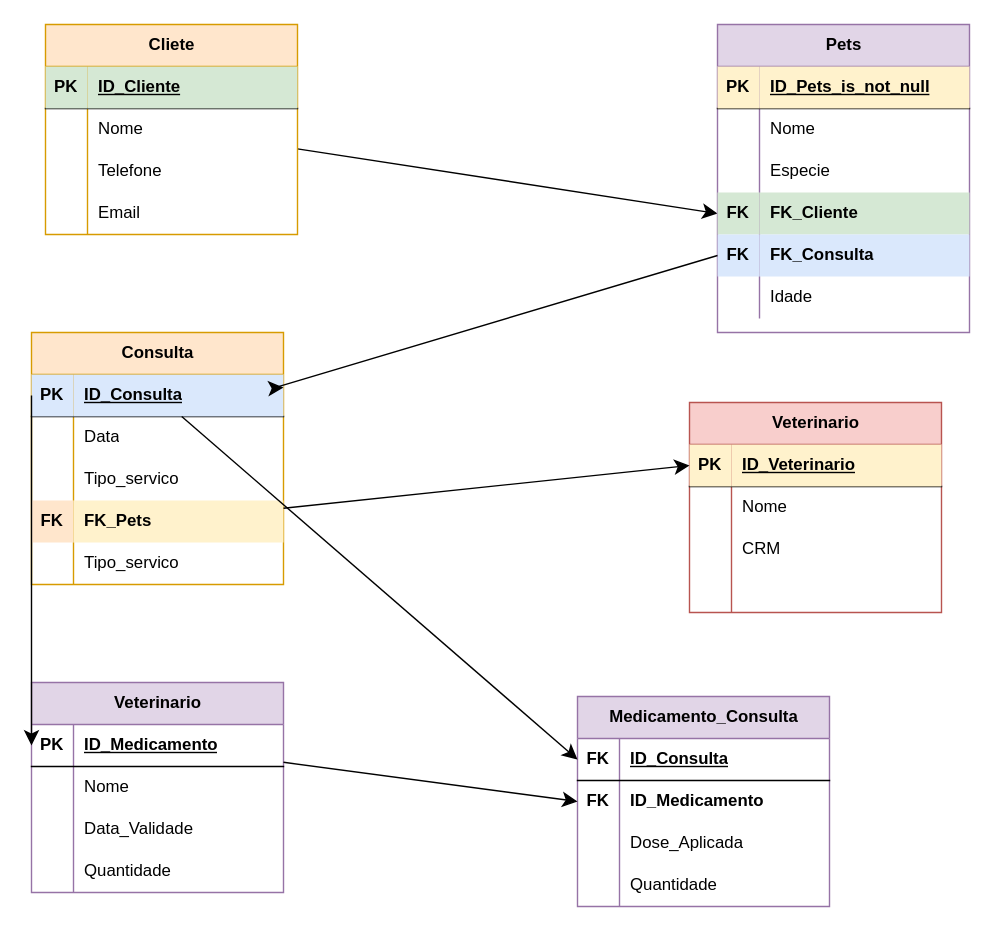
wpriska/Modelagem-de-Dados keeps this draw.io diagram as AULA01-EX04.drawio. Above is the earlier version. Source tidied: cells renumbered, new cells numbered last; positions are measured from the earlier drawing's top-left corner, leaving out a move shared by most shapes. Both pictures are drawn from the tidied source at 140%, with x=0, y=0 at pixel (31, 24).
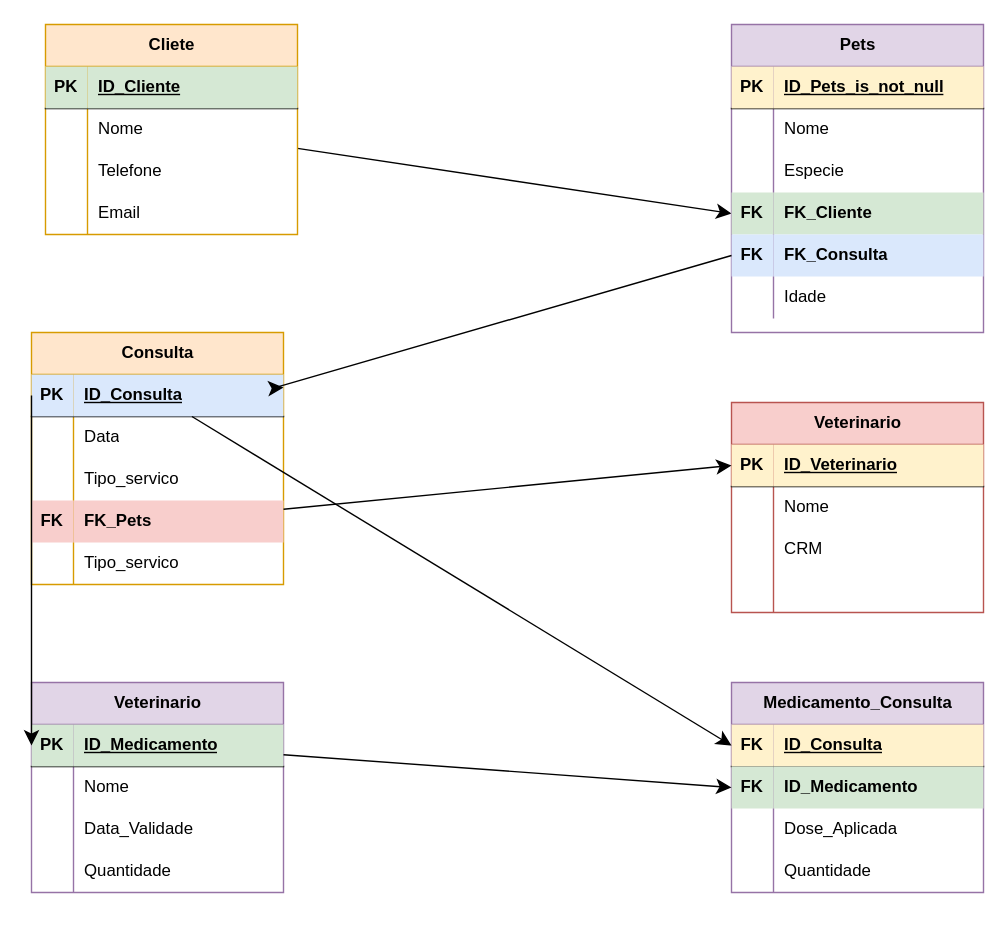
After the change.

Unchanged cells that the change refers to:
```xml
<mxCell id="45" style="shape=tableRow;horizontal=0;startSize=0;swimlaneHead=0;swimlaneBody=0;fillColor=none;points=[[0,0.5],[1,0.5]];portConstraint=eastwest;top=0;left=0;right=0;bottom=0;" parent="35" vertex="1">
  <mxGeometry y="120" width="180" height="30" as="geometry" />
</mxCell>
<mxCell id="66" style="shape=tableRow;horizontal=0;startSize=0;swimlaneHead=0;swimlaneBody=0;fillColor=none;points=[[0,0.5],[1,0.5]];portConstraint=eastwest;top=0;left=0;right=0;bottom=1;" parent="65" vertex="1">
  <mxGeometry y="30" width="180" height="30" as="geometry" />
</mxCell>
<mxCell id="80" style="shape=tableRow;horizontal=0;startSize=0;swimlaneHead=0;swimlaneBody=0;fillColor=none;points=[[0,0.5],[1,0.5]];portConstraint=eastwest;top=0;left=0;right=0;bottom=1;" parent="79" vertex="1">
  <mxGeometry y="30" width="180" height="30" as="geometry" />
</mxCell>
<mxCell id="83" style="shape=tableRow;horizontal=0;startSize=0;swimlaneHead=0;swimlaneBody=0;fillColor=none;points=[[0,0.5],[1,0.5]];portConstraint=eastwest;top=0;left=0;right=0;bottom=0;" parent="79" vertex="1">
  <mxGeometry y="60" width="180" height="30" as="geometry" />
</mxCell>
```

Change to the diagram source:
```diff
@@
     <mxCell id="16" value="Pets" style="shape=table;startSize=30;childLayout=tableLayout;rowLines=0;fontStyle=1;align=center;html=1;fillColor=#e1d5e7;strokeColor=#9673a6;" parent="1" vertex="1">
-      <mxGeometry x="490" width="180" height="220" as="geometry" />
+      <mxGeometry x="500" width="180" height="220" as="geometry" />
     </mxCell>
@@
-    <mxCell id="46" value="FK" style="shape=partialRectangle;fillColor=#ffe6cc;top=0;left=0;bottom=0;right=0;overflow=hidden;whiteSpace=wrap;html=1;strokeColor=#d79b00;fontStyle=1;" parent="45" vertex="1">
+    <mxCell id="46" value="FK" style="shape=partialRectangle;fillColor=#f8cecc;top=0;left=0;bottom=0;right=0;overflow=hidden;whiteSpace=wrap;html=1;strokeColor=#b85450;fontStyle=1;" parent="45" vertex="1">
       <mxGeometry width="30" height="30" as="geometry" />
     </mxCell>
-    <mxCell id="47" value="FK_Pets" style="shape=partialRectangle;fillColor=#fff2cc;top=0;left=0;bottom=0;right=0;align=left;spacingLeft=6;overflow=hidden;whiteSpace=wrap;html=1;strokeColor=#d6b656;fontStyle=1;" parent="45" vertex="1">
+    <mxCell id="47" value="FK_Pets" style="shape=partialRectangle;fillColor=#f8cecc;top=0;left=0;bottom=0;right=0;align=left;spacingLeft=6;overflow=hidden;whiteSpace=wrap;html=1;strokeColor=#b85450;fontStyle=1;" parent="45" vertex="1">
       <mxGeometry x="30" width="150" height="30" as="geometry" />
     </mxCell>
@@
     <mxCell id="52" value="Veterinario" style="shape=table;startSize=30;childLayout=tableLayout;rowLines=0;fontStyle=1;align=center;html=1;fillColor=#f8cecc;strokeColor=#b85450;" parent="1" vertex="1">
-      <mxGeometry x="470" y="270" width="180" height="150" as="geometry" />
+      <mxGeometry x="500" y="270" width="180" height="150" as="geometry" />
     </mxCell>
@@
-    <mxCell id="67" value="PK" style="shape=partialRectangle;fillColor=none;top=0;left=0;bottom=0;right=0;fontStyle=1;overflow=hidden;whiteSpace=wrap;html=1;" parent="66" vertex="1">
+    <mxCell id="67" value="PK" style="shape=partialRectangle;fillColor=#d5e8d4;top=0;left=0;bottom=0;right=0;fontStyle=1;overflow=hidden;whiteSpace=wrap;html=1;strokeColor=#82b366;" parent="66" vertex="1">
       <mxGeometry width="30" height="30" as="geometry" />
     </mxCell>
-    <mxCell id="68" value="ID_Medicamento" style="shape=partialRectangle;fillColor=none;top=0;left=0;bottom=0;right=0;align=left;spacingLeft=6;fontStyle=5;overflow=hidden;whiteSpace=wrap;html=1;" parent="66" vertex="1">
+    <mxCell id="68" value="ID_Medicamento" style="shape=partialRectangle;fillColor=#d5e8d4;top=0;left=0;bottom=0;right=0;align=left;spacingLeft=6;fontStyle=5;overflow=hidden;whiteSpace=wrap;html=1;strokeColor=#82b366;" parent="66" vertex="1">
       <mxGeometry x="30" width="150" height="30" as="geometry" />
     </mxCell>
@@
     <mxCell id="79" value="Medicamento_Consulta" style="shape=table;startSize=30;childLayout=tableLayout;rowLines=0;fontStyle=1;align=center;html=1;fillColor=#e1d5e7;strokeColor=#9673a6;" parent="1" vertex="1">
-      <mxGeometry x="390" y="480" width="180" height="150" as="geometry" />
+      <mxGeometry x="500" y="470" width="180" height="150" as="geometry" />
     </mxCell>
@@
-    <mxCell id="81" value="FK" style="shape=partialRectangle;fillColor=none;top=0;left=0;bottom=0;right=0;fontStyle=1;overflow=hidden;whiteSpace=wrap;html=1;" parent="80" vertex="1">
+    <mxCell id="81" value="FK" style="shape=partialRectangle;fillColor=#fff2cc;top=0;left=0;bottom=0;right=0;fontStyle=1;overflow=hidden;whiteSpace=wrap;html=1;strokeColor=#d6b656;" parent="80" vertex="1">
       <mxGeometry width="30" height="30" as="geometry" />
     </mxCell>
-    <mxCell id="82" value="ID_Consulta" style="shape=partialRectangle;fillColor=none;top=0;left=0;bottom=0;right=0;align=left;spacingLeft=6;fontStyle=5;overflow=hidden;whiteSpace=wrap;html=1;" parent="80" vertex="1">
+    <mxCell id="82" value="ID_Consulta" style="shape=partialRectangle;fillColor=#fff2cc;top=0;left=0;bottom=0;right=0;align=left;spacingLeft=6;fontStyle=5;overflow=hidden;whiteSpace=wrap;html=1;strokeColor=#d6b656;" parent="80" vertex="1">
       <mxGeometry x="30" width="150" height="30" as="geometry" />
     </mxCell>
@@
-    <mxCell id="84" value="FK" style="shape=partialRectangle;fillColor=none;top=0;left=0;bottom=0;right=0;overflow=hidden;whiteSpace=wrap;html=1;fontStyle=1;" parent="83" vertex="1">
+    <mxCell id="84" value="FK" style="shape=partialRectangle;fillColor=#d5e8d4;top=0;left=0;bottom=0;right=0;overflow=hidden;whiteSpace=wrap;html=1;fontStyle=1;strokeColor=#82b366;" parent="83" vertex="1">
       <mxGeometry width="30" height="30" as="geometry" />
     </mxCell>
-    <mxCell id="85" value="ID_Medicamento" style="shape=partialRectangle;fillColor=none;top=0;left=0;bottom=0;right=0;align=left;spacingLeft=6;overflow=hidden;whiteSpace=wrap;html=1;fontStyle=1;" parent="83" vertex="1">
+    <mxCell id="85" value="ID_Medicamento" style="shape=partialRectangle;fillColor=#d5e8d4;top=0;left=0;bottom=0;right=0;align=left;spacingLeft=6;overflow=hidden;whiteSpace=wrap;html=1;fontStyle=1;strokeColor=#82b366;" parent="83" vertex="1">
       <mxGeometry x="30" width="150" height="30" as="geometry" />
     </mxCell>
```
